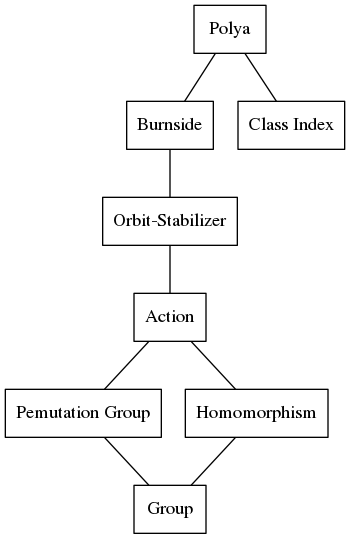
fifth-postulate/group-theory-with-gap keeps this Graphviz diagram as graphviz/polya.gv.png. Above is the earlier version. Its source is kept beside it as graphviz/polya.gv. The source it was exported from:
```dot
strict graph {
  node [ shape = rectangle]
  1 [ label = "Polya" ]
  2 [ label = "Burnside" ]
  3 [ label = "Class Index" ]
  4 [ label = "Orbit-Stabilizer" ]
  5 [ label = "Action" ]
  6 [ label = "Pemutation Group" ]
  7 [ label = "Homomorphism" ]
  8 [ label = "Group" ]
  1 -- { 2 3 }
  2 -- { 4 }
  4 -- { 5 }
  5 -- { 6, 7 }
  6 -- { 8 }
  7 -- { 8 }
}
```
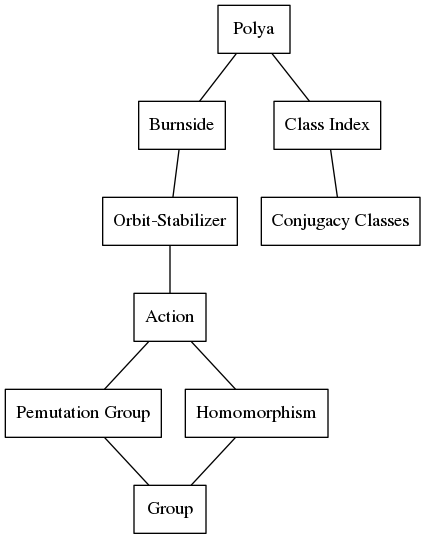
The same diagram one commit later.

Commit message:
Also discuss Conjugacy Classes

Change to the diagram source:
```diff
@@ -8,8 +8,10 @@
   6 [ label = "Pemutation Group" ]
   7 [ label = "Homomorphism" ]
   8 [ label = "Group" ]
+  9 [ label = "Conjugacy Classes" ]
   1 -- { 2 3 }
   2 -- { 4 }
+  3 -- { 9 }
   4 -- { 5 }
   5 -- { 6, 7 }
   6 -- { 8 }
```
